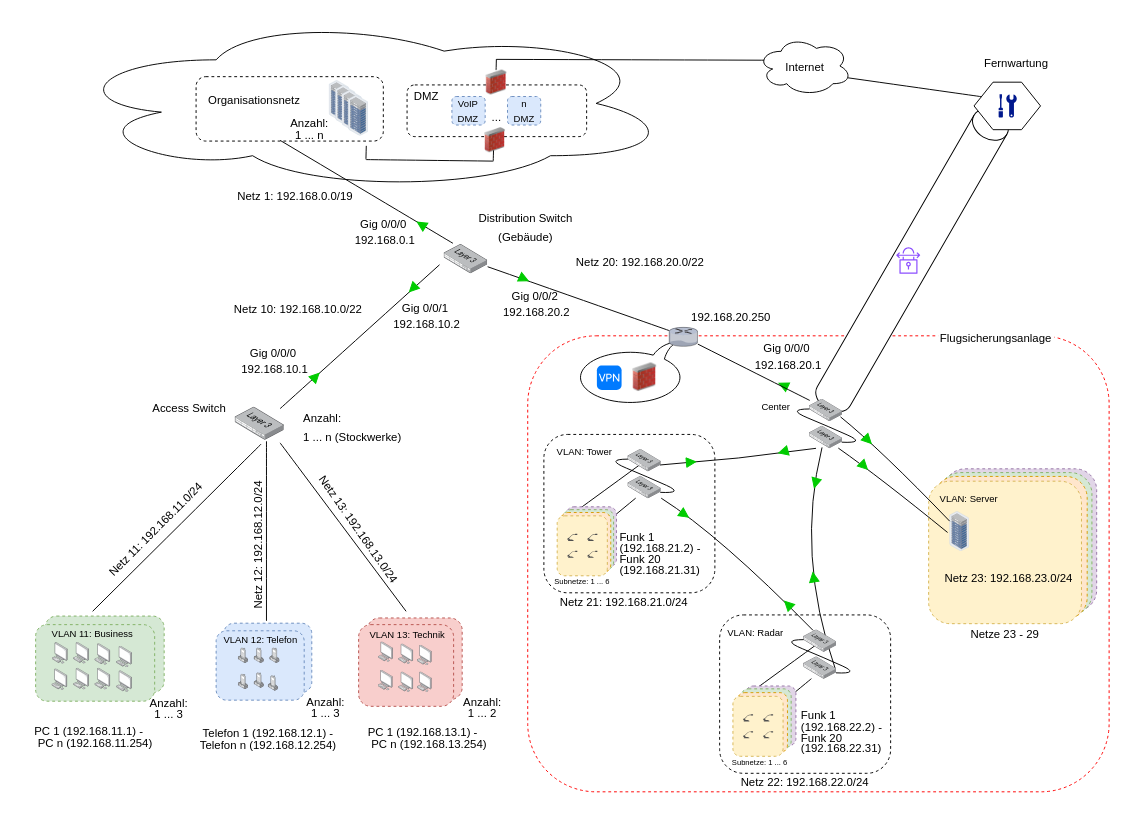
Before: Logische Netzwerktopologie.drawio in meetSeb/Computer-Network, a draw.io diagram. Source tidied: cells renumbered, new cells numbered last; positions are measured from the earlier drawing's top-left corner, leaving out a move shared by most shapes. Both pictures are drawn from the tidied source at 95%, with x=0, y=0 at pixel (16, 16).
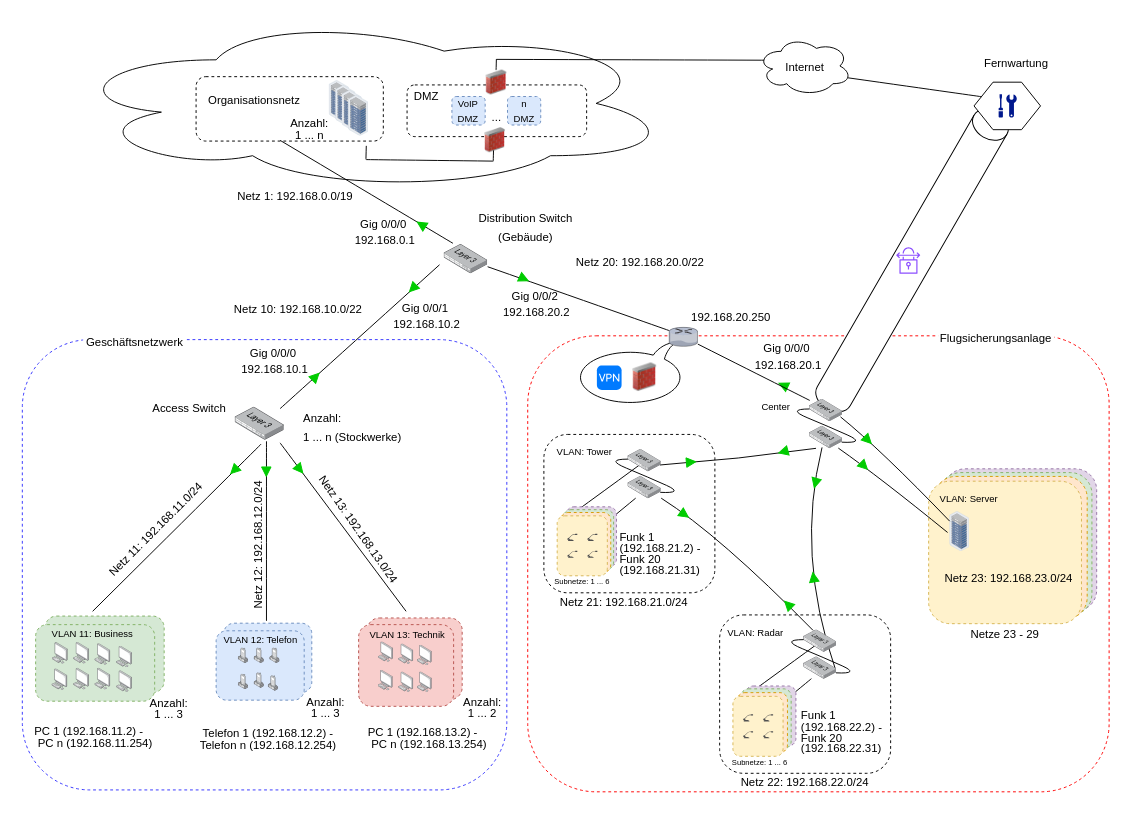
The same diagram, later.

Change to the diagram source:
```diff
@@
-    <mxCell id="93" value="&lt;p style=&quot;line-height: 60%;&quot;&gt;&lt;font style=&quot;font-size: 12px;&quot;&gt;PC 1 (&lt;/font&gt;&lt;span style=&quot;font-size: 12px;&quot;&gt;192.168.11.1) - &amp;nbsp; &amp;nbsp; PC n (&lt;/span&gt;&lt;span style=&quot;font-size: 12px;&quot;&gt;192.168.11.254)&lt;/span&gt;&lt;br&gt;&lt;/p&gt;" style="text;strokeColor=none;fillColor=none;html=1;align=center;verticalAlign=middle;whiteSpace=wrap;rounded=0;fontSize=16;rotation=0;" parent="1" vertex="1">
+    <mxCell id="93" value="&lt;p style=&quot;line-height: 60%;&quot;&gt;&lt;font style=&quot;font-size: 12px;&quot;&gt;PC 1 (&lt;/font&gt;&lt;span style=&quot;font-size: 12px;&quot;&gt;192.168.11.2) - &amp;nbsp; &amp;nbsp; PC n (&lt;/span&gt;&lt;span style=&quot;font-size: 12px;&quot;&gt;192.168.11.254)&lt;/span&gt;&lt;br&gt;&lt;/p&gt;" style="text;strokeColor=none;fillColor=none;html=1;align=center;verticalAlign=middle;whiteSpace=wrap;rounded=0;fontSize=16;rotation=0;" parent="1" vertex="1">
       <mxGeometry x="11.4" y="734.3" width="143.8" height="46.7" as="geometry" />
     </mxCell>
@@
-    <mxCell id="113" value="&lt;p style=&quot;line-height: 60%;&quot;&gt;&lt;font style=&quot;font-size: 12px;&quot;&gt;Telefon 1 (&lt;/font&gt;&lt;span style=&quot;font-size: 12px;&quot;&gt;192.168.12.1) - Telefon n (&lt;/span&gt;&lt;span style=&quot;font-size: 12px;&quot;&gt;192.168.12.254)&lt;/span&gt;&lt;br&gt;&lt;/p&gt;" style="text;strokeColor=none;fillColor=none;html=1;align=center;verticalAlign=middle;whiteSpace=wrap;rounded=0;fontSize=16;rotation=0;" parent="1" vertex="1">
+    <mxCell id="113" value="&lt;p style=&quot;line-height: 60%;&quot;&gt;&lt;font style=&quot;font-size: 12px;&quot;&gt;Telefon 1 (&lt;/font&gt;&lt;span style=&quot;font-size: 12px;&quot;&gt;192.168.12.2) - Telefon n (&lt;/span&gt;&lt;span style=&quot;font-size: 12px;&quot;&gt;192.168.12.254)&lt;/span&gt;&lt;br&gt;&lt;/p&gt;" style="text;strokeColor=none;fillColor=none;html=1;align=center;verticalAlign=middle;whiteSpace=wrap;rounded=0;fontSize=16;rotation=0;" parent="1" vertex="1">
       <mxGeometry x="186.6" y="736.3" width="155.5" height="46.7" as="geometry" />
     </mxCell>
-    <mxCell id="114" value="&lt;p style=&quot;line-height: 60%;&quot;&gt;&lt;font style=&quot;font-size: 12px;&quot;&gt;PC 1 (&lt;/font&gt;&lt;span style=&quot;font-size: 12px;&quot;&gt;192.168.13.1) - &amp;nbsp; &amp;nbsp; PC n (&lt;/span&gt;&lt;span style=&quot;font-size: 12px;&quot;&gt;192.168.13.254)&lt;/span&gt;&lt;br&gt;&lt;/p&gt;" style="text;strokeColor=none;fillColor=none;html=1;align=center;verticalAlign=middle;whiteSpace=wrap;rounded=0;fontSize=16;rotation=0;" parent="1" vertex="1">
+    <mxCell id="114" value="&lt;p style=&quot;line-height: 60%;&quot;&gt;&lt;font style=&quot;font-size: 12px;&quot;&gt;PC 1 (&lt;/font&gt;&lt;span style=&quot;font-size: 12px;&quot;&gt;192.168.13.2) - &amp;nbsp; &amp;nbsp; PC n (&lt;/span&gt;&lt;span style=&quot;font-size: 12px;&quot;&gt;192.168.13.254)&lt;/span&gt;&lt;br&gt;&lt;/p&gt;" style="text;strokeColor=none;fillColor=none;html=1;align=center;verticalAlign=middle;whiteSpace=wrap;rounded=0;fontSize=16;rotation=0;" parent="1" vertex="1">
       <mxGeometry x="360" y="735.3" width="148.5" height="46.7" as="geometry" />
     </mxCell>
@@
+    <mxCell id="187" style="triangle;whiteSpace=wrap;html=1;rotation=135;fillColor=#00CC00;strokeColor=#00CC00;" parent="1" vertex="1">
+      <mxGeometry x="224" y="472.5" width="10" height="10" as="geometry" />
+    </mxCell>
+    <mxCell id="188" style="triangle;whiteSpace=wrap;html=1;rotation=90;fillColor=#00CC00;strokeColor=#00CC00;" parent="1" vertex="1">
+      <mxGeometry x="257.8" y="474" width="10" height="10" as="geometry" />
+    </mxCell>
+    <mxCell id="189" style="triangle;whiteSpace=wrap;html=1;rotation=50;fillColor=#00CC00;strokeColor=#00CC00;" parent="1" vertex="1">
+      <mxGeometry x="293" y="471.5" width="10" height="10" as="geometry" />
+    </mxCell>
+    <mxCell id="190" style="rounded=1;whiteSpace=wrap;html=1;dashed=1;fillColor=none;strokeColor=#3333FF;" parent="1" vertex="1">
+      <mxGeometry x="6" y="340" width="510" height="474" as="geometry" />
+    </mxCell>
+    <mxCell id="191" value="&lt;span style=&quot;font-size: 12px;&quot;&gt;Geschäftsnetzwerk&lt;/span&gt;" style="text;strokeColor=none;fillColor=#FFFFFF;html=1;align=center;verticalAlign=middle;whiteSpace=wrap;rounded=0;fontSize=16;" parent="1" vertex="1">
+      <mxGeometry x="70" y="322.1" width="108.8" height="37.9" as="geometry" />
+    </mxCell>
```
